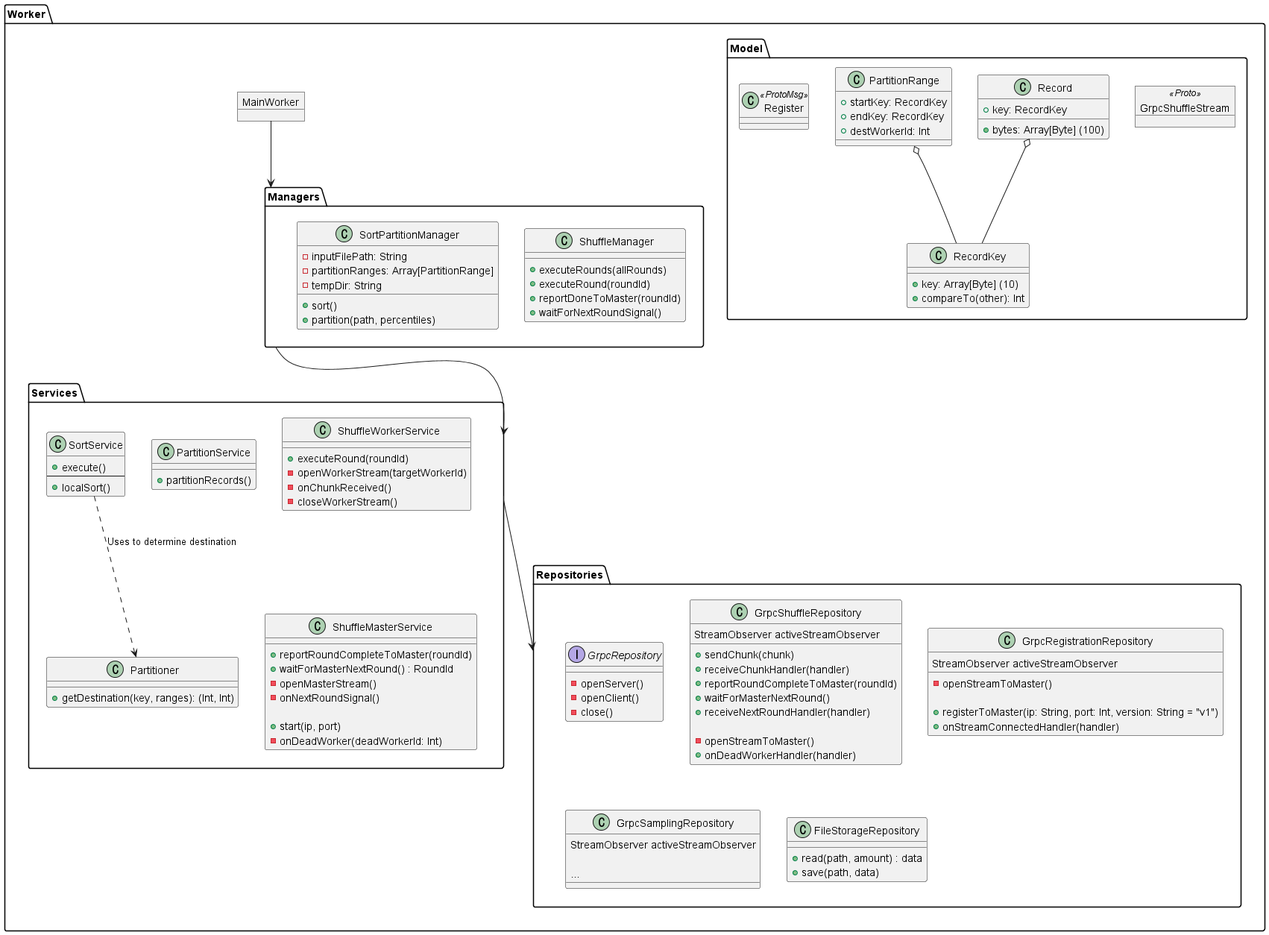
The PlantUML diagram doc/module diagram/worker/Worker_Module_Diagram.png in ksw20020/332project, before a commit.
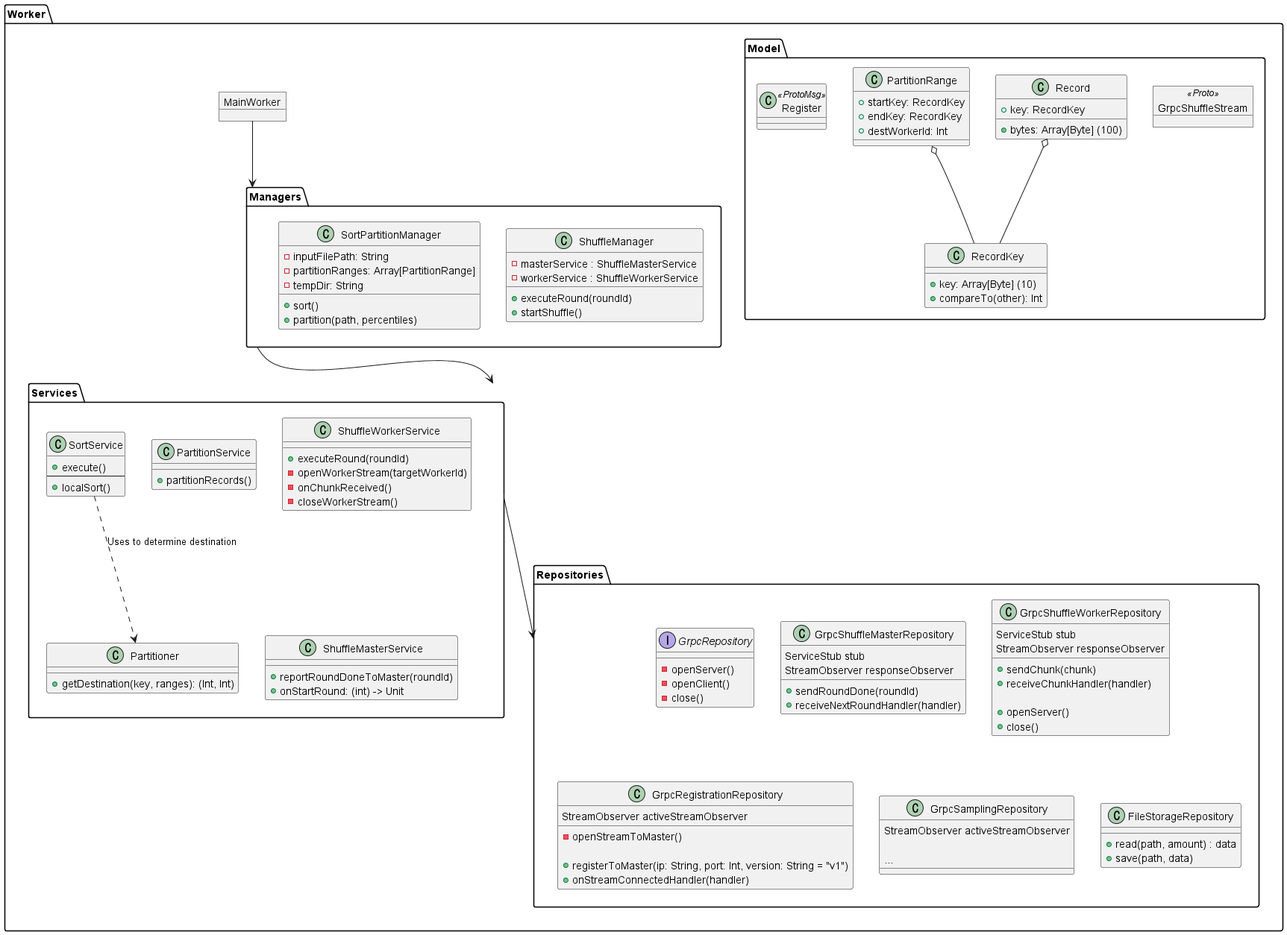
After the commit.

Commit message:
Doc / Update class diagrams

The edit, as a diff of the source:
```diff
@@ -5,10 +5,11 @@
 
     folder "Managers" {
         class ShuffleManager {
-            + executeRounds(allRounds)
+            - masterService : ShuffleMasterService
+            - workerService : ShuffleWorkerService
+
             + executeRound(roundId)
-            + reportDoneToMaster(roundId)
-            + waitForNextRoundSignal()
+            + startShuffle()
         }
 
         class SortPartitionManager {
@@ -45,13 +46,8 @@
         }
 
         class ShuffleMasterService {
-            + reportRoundCompleteToMaster(roundId)
-            + waitForMasterNextRound() : RoundId
-            - openMasterStream()
-            - onNextRoundSignal()
-
-            + start(ip, port)
-            - onDeadWorker(deadWorkerId: Int)
+            + reportRoundDoneToMaster(roundId)
+            + onStartRound: (int) -> Unit
         }
     }
 
@@ -64,17 +60,23 @@
 
         }
 
-        class GrpcShuffleRepository {
-            StreamObserver activeStreamObserver
+        class GrpcShuffleMasterRepository {
+            ServiceStub stub
+            StreamObserver responseObserver
+
+            + sendRoundDone(roundId)
+            + receiveNextRoundHandler(handler)
+        }
+
+        class GrpcShuffleWorkerRepository {
+            ServiceStub stub
+            StreamObserver responseObserver
 
             + sendChunk(chunk)
             + receiveChunkHandler(handler)
-            + reportRoundCompleteToMaster(roundId)
-            + waitForMasterNextRound()
-            + receiveNextRoundHandler(handler)
 
-            - openStreamToMaster()
-            + onDeadWorkerHandler(handler)
+            + openServer()
+            + close()
         }
 
         class GrpcRegistrationRepository {
```
